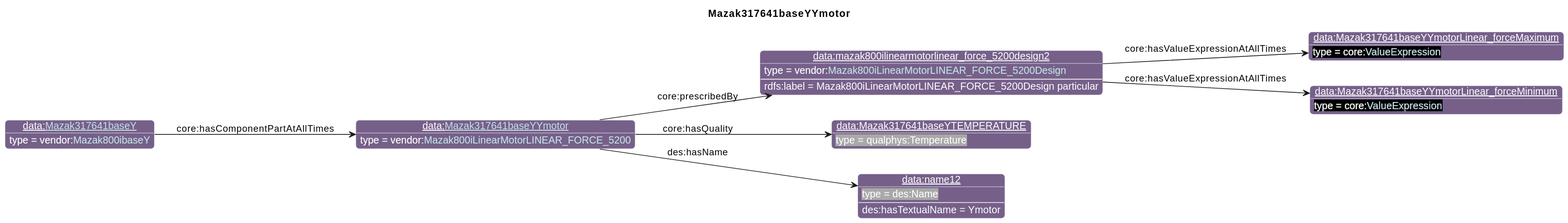
Earlier version of the PlantUML export diagrams/Mazak317641baseYYmotor.svg (iofoundry/example-syseng-mtconnect).
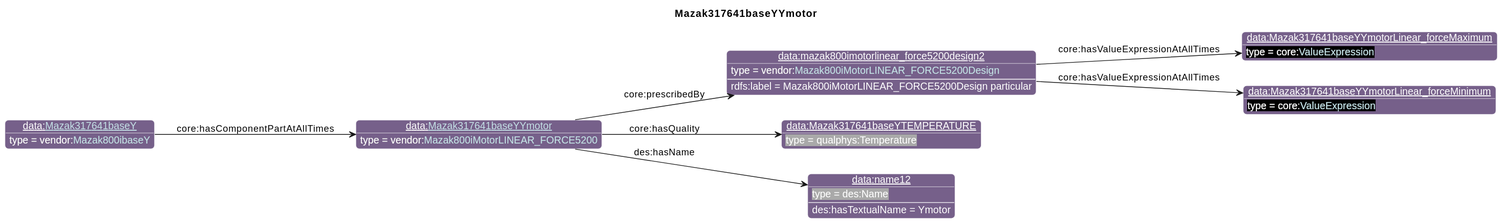
After the commit.

Diff of the diagram source:
```diff
@@ -25,15 +25,15 @@
                       "cmns-dsg":"3A0519",
                       "qp":"641B2E"
       }
-individual(o0, data:[[./Mazak317641baseYYmotor.html Mazak317641baseYYmotor]], vendor:[[../Mazak.html#Mazak800iLinearMotorLINEAR_FORCE_5200 Mazak800iLinearMotorLINEAR_FORCE_5200]])
-individual(o1, data:mazak800ilinearmotorlinear_force_5200design2, vendor:[[../Mazak.html#Mazak800iLinearMotorLINEAR_FORCE_5200Design Mazak800iLinearMotorLINEAR_FORCE_5200Design]])
+individual(o0, data:[[./Mazak317641baseYYmotor.html Mazak317641baseYYmotor]], vendor:[[../Mazak.html#Mazak800iMotorLINEAR_FORCE5200 Mazak800iMotorLINEAR_FORCE5200]])
+individual(o1, data:mazak800imotorlinear_force5200design2, vendor:[[../Mazak.html#Mazak800iMotorLINEAR_FORCE5200Design Mazak800iMotorLINEAR_FORCE5200Design]])
 individual(o2, data:Mazak317641baseYYmotorLinear_forceMaximum, core:[[https://spec.industrialontologies.org/ontology/core/Core/ValueExpression ValueExpression]])
 individual(o3, data:Mazak317641baseYYmotorLinear_forceMinimum, core:[[https://spec.industrialontologies.org/ontology/core/Core/ValueExpression ValueExpression]])
 individual(o4, data:Mazak317641baseYTEMPERATURE, qualphys:Temperature)
 individual(o5, data:name12, des:Name)
 individual(o6, data:[[./Mazak317641baseY.html Mazak317641baseY]], vendor:[[../Mazak.html#Mazak800ibaseY Mazak800ibaseY]])
 property(o0, "core:prescribedBy", o1)
-data(o1, "rdfs:label", "Mazak800iLinearMotorLINEAR_FORCE_5200Design particular")
+data(o1, "rdfs:label", "Mazak800iMotorLINEAR_FORCE5200Design particular")
 property(o1, "core:hasValueExpressionAtAllTimes", o2)
 property(o1, "core:hasValueExpressionAtAllTimes", o3)
 property(o0, "core:hasQuality", o4)
```
